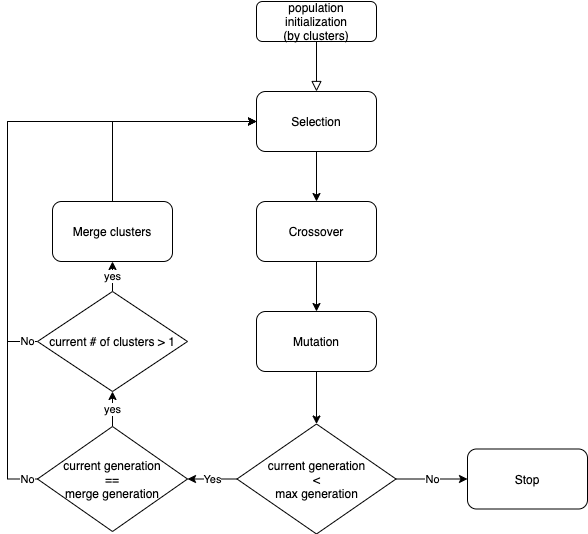
SeongwoongCho/cs454-tsp-ga keeps this draw.io diagram as tsp/images/overall algorithm block diagram.png. Above is the earlier version. Source tidied: cells renumbered, new cells last; positions are measured from the earlier drawing's top-left corner, leaving out a move shared by most shapes.
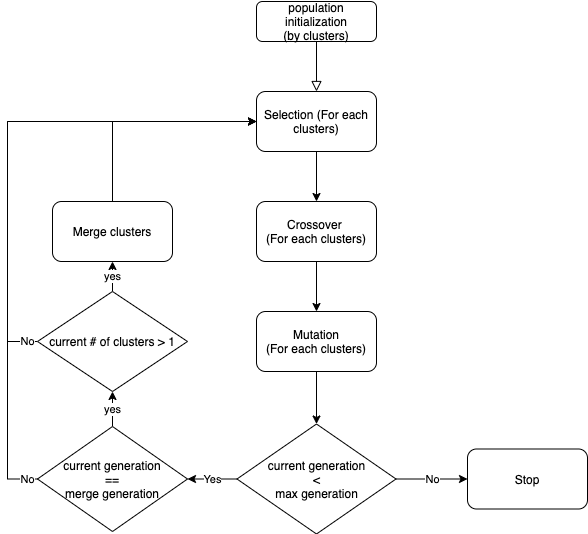
Later version of the same file.

What changed in the source:
```diff
@@ -13,19 +13,19 @@
     <mxCell id="4" style="edgeStyle=orthogonalEdgeStyle;rounded=0;jettySize=auto;html=1;" parent="1" edge="1" source="5" target="7">
       <mxGeometry relative="1" as="geometry" />
     </mxCell>
-    <mxCell id="5" value="Selection" style="rounded=1;whiteSpace=wrap;html=1;" parent="1" vertex="1">
+    <mxCell id="5" value="Selection (For each clusters)" style="rounded=1;whiteSpace=wrap;html=1;" parent="1" vertex="1">
       <mxGeometry x="249" y="90" width="120" height="60" as="geometry" />
     </mxCell>
     <mxCell id="6" style="edgeStyle=orthogonalEdgeStyle;rounded=0;jettySize=auto;html=1;" parent="1" edge="1" source="7" target="9">
       <mxGeometry relative="1" as="geometry" />
     </mxCell>
-    <mxCell id="7" value="Crossover" style="rounded=1;whiteSpace=wrap;html=1;" parent="1" vertex="1">
+    <mxCell id="7" value="Crossover&amp;nbsp;&lt;br&gt;(For each clusters)" style="rounded=1;whiteSpace=wrap;html=1;" parent="1" vertex="1">
       <mxGeometry x="249" y="200" width="120" height="60" as="geometry" />
     </mxCell>
     <mxCell id="8" style="edgeStyle=orthogonalEdgeStyle;rounded=0;jettySize=auto;html=1;" parent="1" edge="1" source="9" target="12">
       <mxGeometry relative="1" as="geometry" />
     </mxCell>
-    <mxCell id="9" value="Mutation" style="rounded=1;whiteSpace=wrap;html=1;" parent="1" vertex="1">
+    <mxCell id="9" value="Mutation&lt;br&gt;(For each clusters)" style="rounded=1;whiteSpace=wrap;html=1;" parent="1" vertex="1">
       <mxGeometry x="249" y="310" width="120" height="60" as="geometry" />
     </mxCell>
     <mxCell id="10" value="Yes" style="edgeStyle=orthogonalEdgeStyle;rounded=0;jettySize=auto;html=1;" parent="1" edge="1" source="12" target="16">
```
